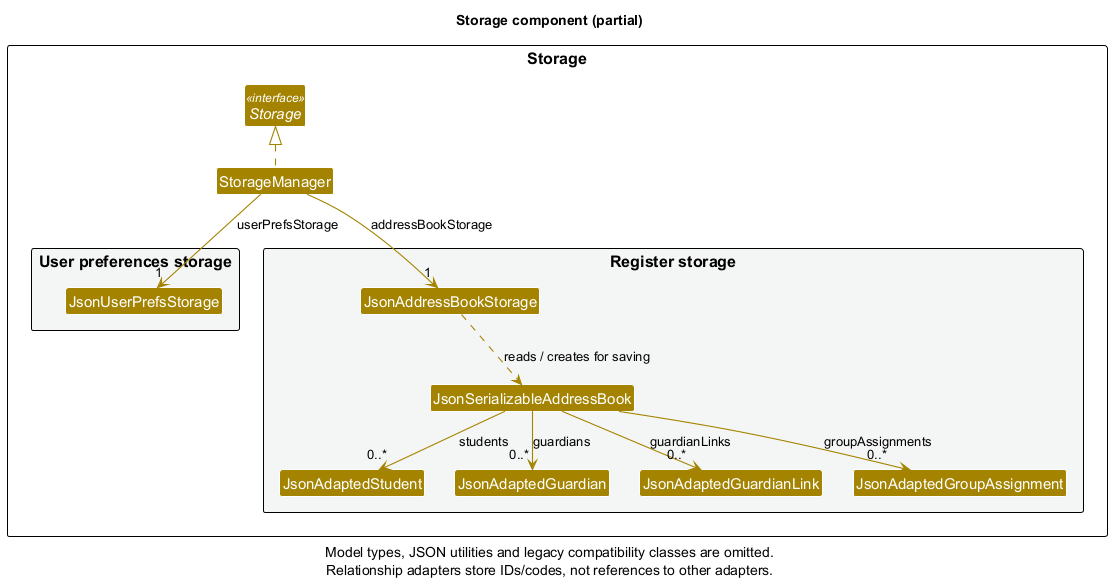
This is docs/images/StorageClassDiagram.png from AY2627S1-CS2103T-T10-4/tp, a PlantUML export, as it was before one commit. Source of this version:
```plantuml
@startuml
!include style.puml
skinparam arrowThickness 1.1
skinparam arrowColor STORAGE_COLOR
skinparam classBackgroundColor STORAGE_COLOR
skinparam ArrowFontStyle plain
skinparam nodesep 30
skinparam ranksep 40

title Storage component (partial)

package Storage as StoragePackage {
    interface Storage <<interface>>
    class StorageManager

    package "User preferences storage" #F4F6F6 {
        class JsonUserPrefsStorage
    }

    package "Register storage" #F4F6F6 {
        class JsonAddressBookStorage
        class JsonSerializableAddressBook
        class JsonAdaptedStudent
        class JsonAdaptedGuardian
        class JsonAdaptedGuardianLink
        class JsonAdaptedGroupAssignment
    }
}

StorageManager .up.|> Storage
StorageManager -down-> "1" JsonUserPrefsStorage : userPrefsStorage
StorageManager -down-> "1" JsonAddressBookStorage : addressBookStorage

JsonAddressBookStorage .down.> JsonSerializableAddressBook : reads / creates for saving
JsonSerializableAddressBook -down-> "0..*" JsonAdaptedStudent : students
JsonSerializableAddressBook -down-> "0..*" JsonAdaptedGuardian : guardians
JsonSerializableAddressBook -down-> "0..*" JsonAdaptedGuardianLink : guardianLinks
JsonSerializableAddressBook -down-> "0..*" JsonAdaptedGroupAssignment : groupAssignments

caption
Model types, JSON utilities and legacy compatibility classes are omitted.
Relationship adapters store IDs/codes, not references to other adapters.
end caption
@enduml
```
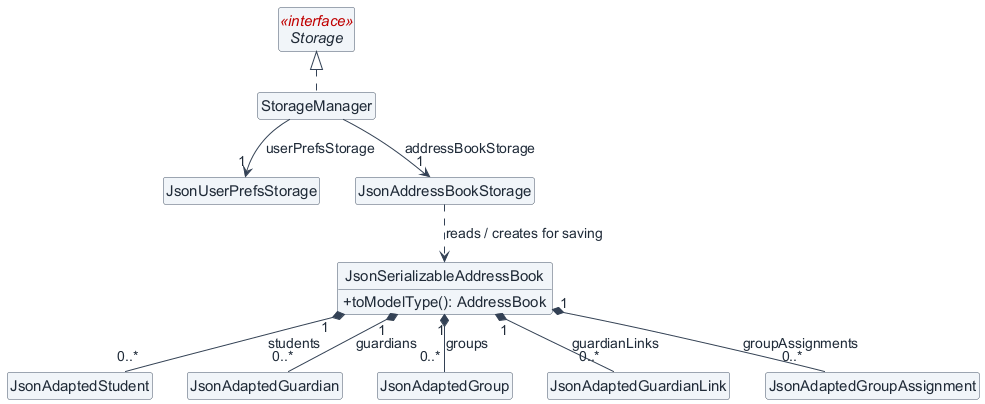
The same diagram one commit later.

The edit, as a diff of the source:
```diff
@@ -1,44 +1,25 @@
 @startuml
-!include style.puml
-skinparam arrowThickness 1.1
-skinparam arrowColor STORAGE_COLOR
-skinparam classBackgroundColor STORAGE_COLOR
-skinparam ArrowFontStyle plain
-skinparam nodesep 30
-skinparam ranksep 40
-
-title Storage component (partial)
-
-package Storage as StoragePackage {
-    interface Storage <<interface>>
-    class StorageManager
-
-    package "User preferences storage" #F4F6F6 {
-        class JsonUserPrefsStorage
-    }
-
-    package "Register storage" #F4F6F6 {
-        class JsonAddressBookStorage
-        class JsonSerializableAddressBook
-        class JsonAdaptedStudent
-        class JsonAdaptedGuardian
-        class JsonAdaptedGuardianLink
-        class JsonAdaptedGroupAssignment
-    }
+!include mentora-style.puml
+interface Storage <<interface>>
+class StorageManager
+class JsonUserPrefsStorage
+class JsonAddressBookStorage
+class JsonSerializableAddressBook {
+    +toModelType(): AddressBook
 }
+class JsonAdaptedStudent
+class JsonAdaptedGuardian
+class JsonAdaptedGroup
+class JsonAdaptedGuardianLink
+class JsonAdaptedGroupAssignment
 
 StorageManager .up.|> Storage
-StorageManager -down-> "1" JsonUserPrefsStorage : userPrefsStorage
-StorageManager -down-> "1" JsonAddressBookStorage : addressBookStorage
-
-JsonAddressBookStorage .down.> JsonSerializableAddressBook : reads / creates for saving
-JsonSerializableAddressBook -down-> "0..*" JsonAdaptedStudent : students
-JsonSerializableAddressBook -down-> "0..*" JsonAdaptedGuardian : guardians
-JsonSerializableAddressBook -down-> "0..*" JsonAdaptedGuardianLink : guardianLinks
-JsonSerializableAddressBook -down-> "0..*" JsonAdaptedGroupAssignment : groupAssignments
-
-caption
-Model types, JSON utilities and legacy compatibility classes are omitted.
-Relationship adapters store IDs/codes, not references to other adapters.
-end caption
+StorageManager --> "1" JsonUserPrefsStorage : userPrefsStorage
+StorageManager --> "1" JsonAddressBookStorage : addressBookStorage
+JsonAddressBookStorage ..> JsonSerializableAddressBook : reads / creates for saving
+JsonSerializableAddressBook "1" *-- "0..*" JsonAdaptedStudent : students
+JsonSerializableAddressBook "1" *-- "0..*" JsonAdaptedGuardian : guardians
+JsonSerializableAddressBook "1" *-- "0..*" JsonAdaptedGroup : groups
+JsonSerializableAddressBook "1" *-- "0..*" JsonAdaptedGuardianLink : guardianLinks
+JsonSerializableAddressBook "1" *-- "0..*" JsonAdaptedGroupAssignment : groupAssignments
 @enduml
```
